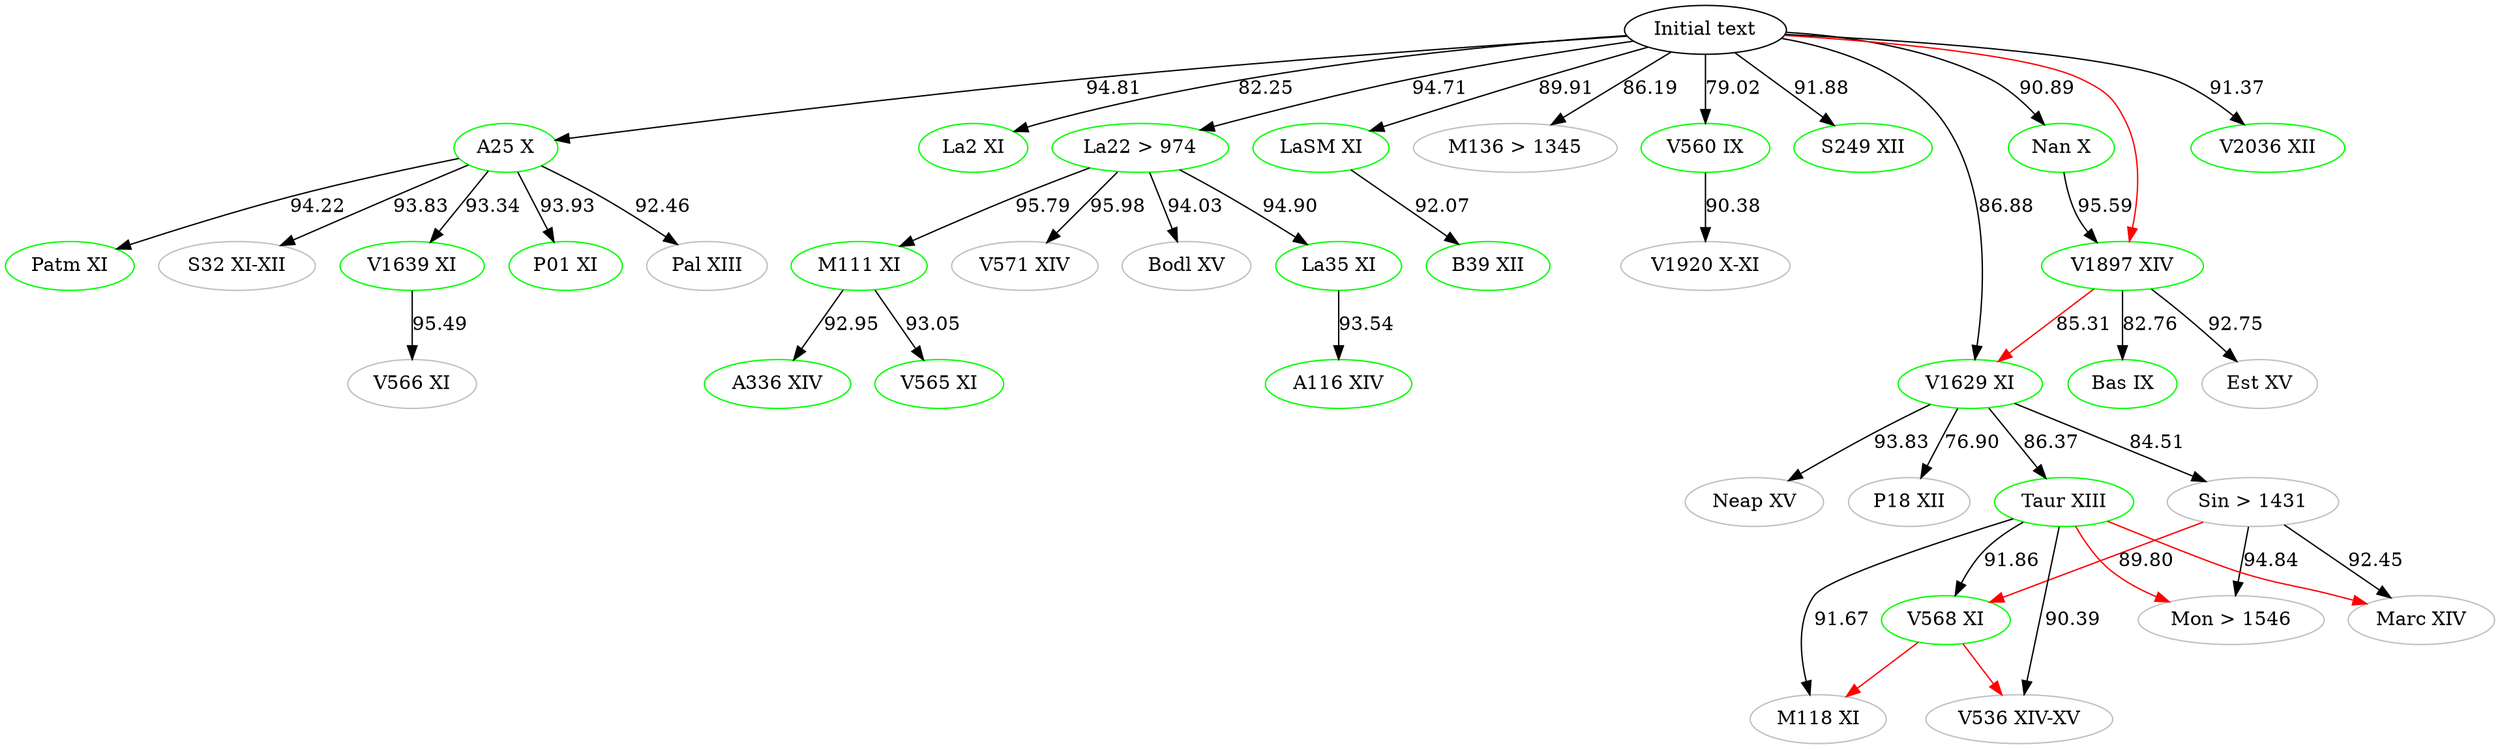
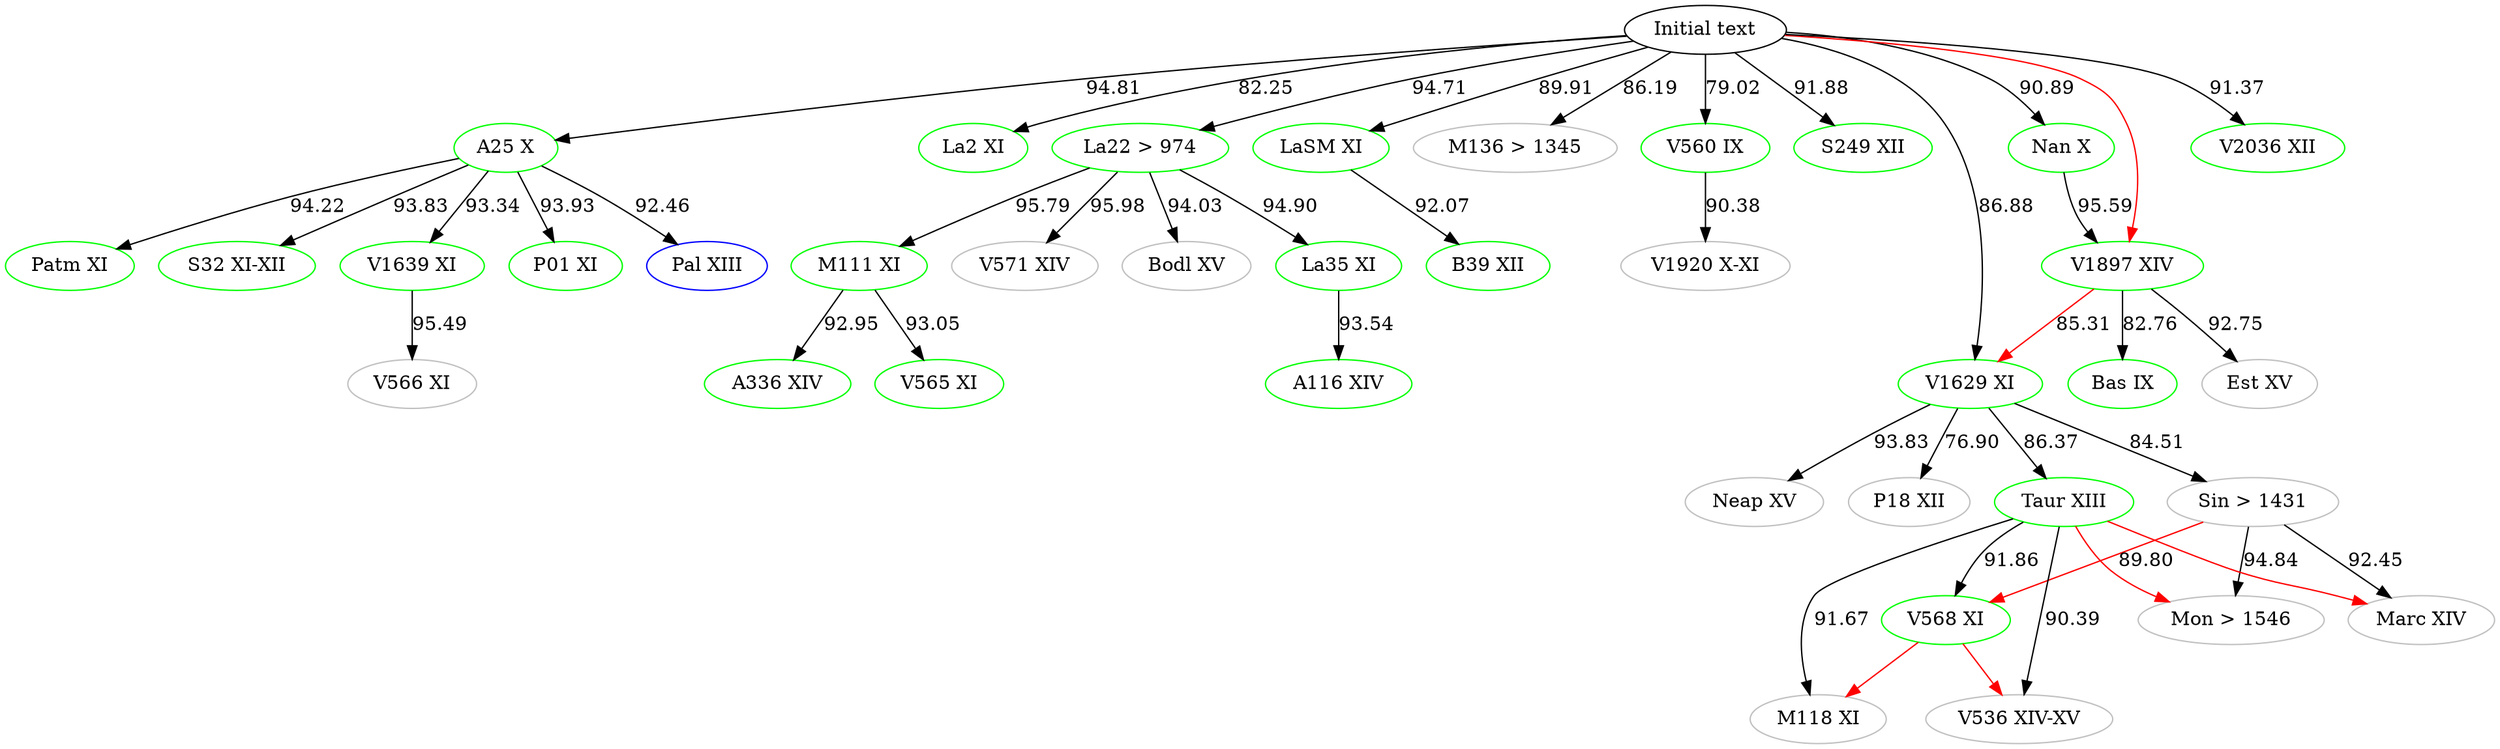
digraph {

    #Top [color="black", label="ω"]
    aBase [color="black", label="Initial text"]
    # Top [color="black", label="Initial text"]
	A116 [label="A116 XIV", color="green"]
	A25 [label="A25 X", color="green"]
	A336 [label="A336 XIV", color="green"]
	B39 [label="B39 XII", color="green"]
	Bas [label="Bas IX", color="green"]
	Bodl [label="Bodl XV", color="grey"]
	Est [label="Est XV", color="grey"]
	La2 [label="La2 XI", color="green"]
	La22 [label="La22 > 974", color="green"]
	La35 [label="La35 XI", color="green"]
	LaSM [label="LaSM XI", color="green"]
	M111 [label="M111 XI", color="green"]
    M118 [label="M118 XI", color="grey"]
    M136 [label="M136 > 1345", color="grey"]
    Marc [label="Marc XIV", color="grey"]
    Mon [label="Mon > 1546", color="grey"]
	Nan [label="Nan X", color="green"]
    Neap [label="Neap XV", color="grey"]
    P01 [label="P01 XI", color="green"]
    P18 [label="P18 XII", color="grey"]
- 	Pal [label="Pal XIII", color="grey"]
+ 	Pal [label="Pal XIII", color="blue"]
	Patm [label="Patm XI", color="green"]
    Sin [label="Sin > 1431", color="grey"]
- 	S32 [label="S32 XI-XII", color="grey"]
+ 	S32 [label="S32 XI-XII", color="green"]
    S249 [label="S249 XII", color="green"]
    Taur [label="Taur XIII", color="green"]
    V536 [label="V536 XIV-XV", color="grey"]
	V560 [label="V560 IX", color="green"]
	V565 [label="V565 XI", color="green"]
	V566 [label="V566 XI", color="grey"]
	V568 [label="V568 XI", color="green"]
	V571 [label="V571 XIV", color="grey"]
    V1629 [label="V1629 XI", color="green"]
	V1639 [label="V1639 XI", color="green"]
	V1897 [label="V1897 XIV", color="green"]
	V1920 [label="V1920 X-XI", color="grey"]
    V2036 [label="V2036 XII", color="green"]




    #Top -> aBase
    aBase -> A25 [label="94.81"]
    aBase -> M136 [label="86.19"]
    aBase -> V2036 [label="91.37"]
    # V2036 -> Patm [label="91.14", color="blue"]
    aBase -> V1629 [label="86.88"]
    aBase -> V560[label="79.02"]
    aBase -> La2 [label="82.25"]
    aBase -> S249 [label="91.88"]
    aBase -> LaSM [label="89.91"]
	aBase -> La22 [label="94.71"]
    aBase -> Nan [label="90.89"]

	# A25 -> M136 [label="85.50"]
    # M136 -> A25 [label="85.50" color="blue"]
	A25 -> Pal [label="92.46"]
	A25 -> P01 [label="93.93"]
    A25 -> V1639 [label="93.34"]
    A25 -> S32 [label="93.83"]
    A25 -> Patm [label="94.22"]

    #A25 -> La2 [color="red"]
    #A25 -> V566[color="red"]
    #A25 -> LaSM[color="red"]
    #A25 -> La22[color="red"]
    #A25 -> M136[color="red"]
    #A25 -> Nan[color="red"]
    #A25 -> S249[color="red"]
    #A25 -> V2036[color="red"]

    #aBase -> P01 [color="red"]
    #aBase -> Pal [color="red"]
    #aBase -> Patm [color="red"]
    #aBase -> La35[color="red"]
    #aBase -> B39[color="red"]
    #aBase -> V1920[color="red"]
    aBase -> V1897[color="red"]
    #aBase -> Neap[color="red"]

    #Bodl -> V1639[color="red"]
    #Patm -> S32[color="red"]
    #Patm -> V560[color="red"]

    #La22 -> A116[color="red"]
    #La22 -> V565[color="red"]
    #La22 -> A336[color="red"]

    Taur -> Mon[color="red"]
    Taur -> Marc[color="red"]

    Sin -> V568[label="89.80" color="red"]

    V568 -> V536[color="red"]
    V568 -> M118[color="red"]

    #V571 -> Bodl[color="red"]
    #M111 -> V571[color="red"]
    #La35 -> M111[color="red"]
    V1897 -> V1629[label="85.31" color="red"]
    #Nan -> Bas[color="red"]
    #Nan -> Est[color="red"]
    #Neap -> Taur[color="red"]
    #Neap -> Sin[color="red"]
   #Neap -> P18[color="red"]




	V1639 -> V566 [label="95.49"]

	La22 -> La35 [label= "94.90"]
	La22 -> M111 [label="95.79"]
	La22 -> Bodl [label="94.03"]
    La22 -> V571 [label="95.98"]

	La35 -> A116 [label="93.54"]

	M111 -> V565 [label="93.05"]
	M111 -> A336 [label="92.95"]



	Sin -> Marc [label="92.45"]

	V1629 -> Neap [label="93.83"]
	V1629 -> Sin [label="84.51"]
	V1629 -> Taur [label="86.37"]
    V1629 -> P18 [label="76.90"]

	Taur -> V568 [label="91.86"]
	Taur -> M118 [label="91.67"]
	Taur -> V536 [label="90.39"]
    # Taur -> Marc [color="blue" label="91.96"]
    # Marc -> Mon [color="blue" label="94.12"]
	Sin -> Mon [label="94.84"]

	V560 -> V1920 [label="90.38"]

	V1897 -> Est [label="92.75"]
    V1897 -> Bas [label="82.76"]

    Nan -> V1897 [label="95.59"]



    LaSM -> B39 [label="92.07"]



}

